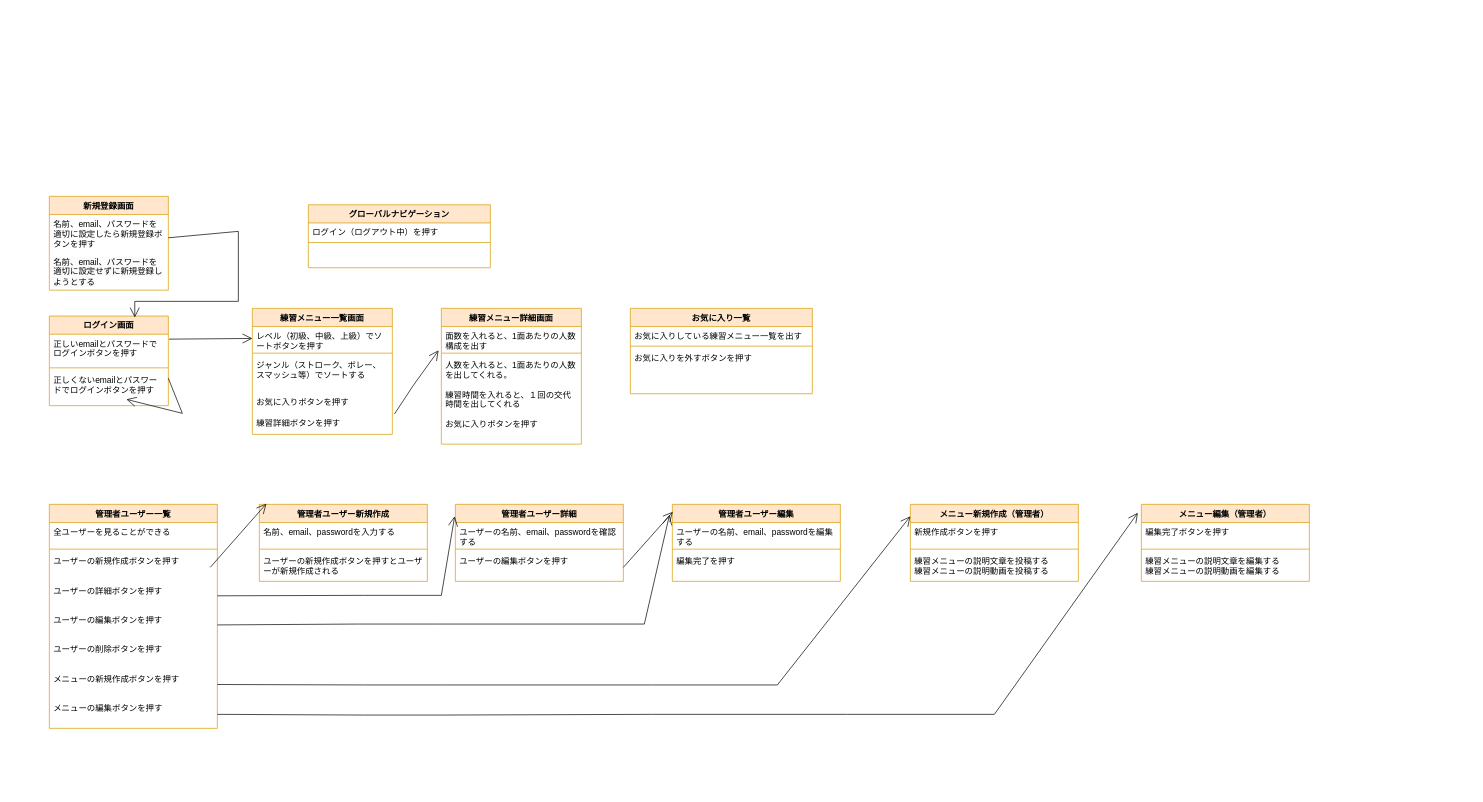
Earlier version of the draw.io diagram 画面遷移図.drawio (yu-tas/achieve). Source tidied: cells renumbered, new cells numbered last; positions are measured from the earlier drawing's top-left corner, leaving out a move shared by most shapes. Both pictures are drawn from the tidied source at 70%, with x=0, y=0 at pixel (49, 196).
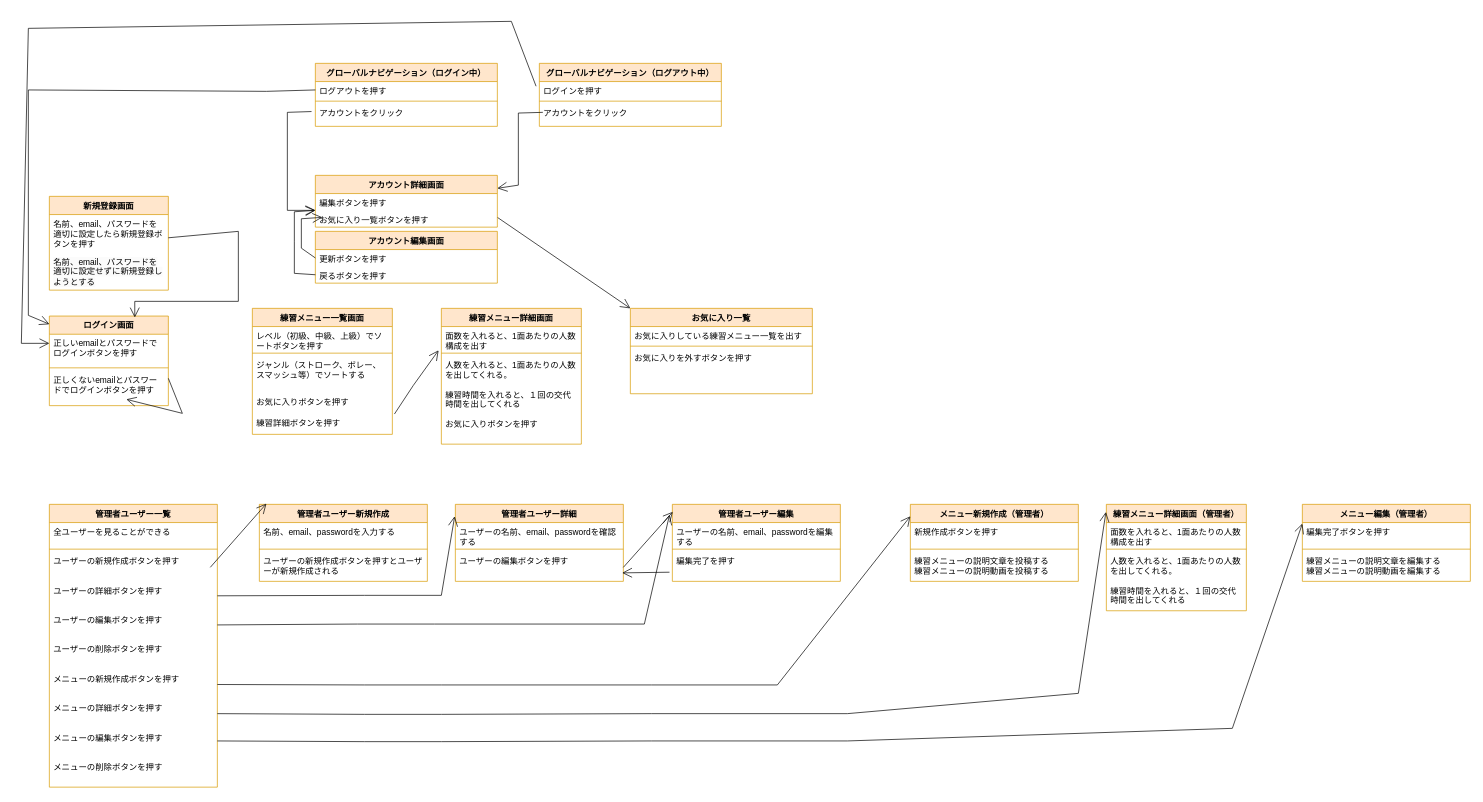
The same diagram, later.

Commit message:
画面遷移図.drawio を更新します

The change refers to these unchanged cells:
```xml
<mxCell id="2" style="group;" parent="1" vertex="1">
  <mxGeometry width="760" height="330" as="geometry" />
</mxCell>
<mxCell id="9" style="group;" parent="8" vertex="1">
  <mxGeometry y="120" width="554" height="160" as="geometry" />
</mxCell>
<mxCell id="11" value="レベル（初級、中級、上級）でソートボタンを押す" style="text;strokeColor=none;fillColor=none;align=left;verticalAlign=top;spacingLeft=4;spacingRight=4;overflow=hidden;points=[[0,0.5],[1,0.5]];portConstraint=eastwest;whiteSpace=wrap;html=1;" parent="10" vertex="1">
  <mxGeometry y="26" width="200" height="34" as="geometry" />
</mxCell>
<mxCell id="18" value="ログイン画面" style="swimlane;fontStyle=1;align=center;verticalAlign=top;horizontal=1;startSize=26;whiteSpace=wrap;html=1;fillColor=#ffe6cc;strokeColor=#d79b00;" parent="17" vertex="1">
  <mxGeometry y="11" width="170" height="128" as="geometry" />
</mxCell>
<mxCell id="19" value="正しいemailとパスワードでログインボタンを押す" style="text;strokeColor=none;fillColor=none;align=left;verticalAlign=top;spacingLeft=4;spacingRight=4;overflow=hidden;points=[[0,0.5],[1,0.5]];portConstraint=eastwest;whiteSpace=wrap;html=1;" parent="18" vertex="1">
  <mxGeometry y="26" width="170" height="44" as="geometry" />
</mxCell>
<mxCell id="59" value="ユーザーの編集ボタンを押す" style="text;strokeColor=none;fillColor=none;align=left;verticalAlign=top;spacingLeft=4;spacingRight=4;overflow=hidden;points=[[0,0.5],[1,0.5]];portConstraint=eastwest;whiteSpace=wrap;html=1;" parent="56" vertex="1">
  <mxGeometry y="68" width="240" height="42" as="geometry" />
</mxCell>
<mxCell id="60" value="お気に入り一覧" style="swimlane;fontStyle=1;align=center;verticalAlign=top;horizontal=1;startSize=26;whiteSpace=wrap;html=1;fillColor=#ffe6cc;strokeColor=#d79b00;" parent="1" vertex="1">
  <mxGeometry x="830" y="160" width="260" height="122" as="geometry" />
</mxCell>
<mxCell id="73" value="編集完了を押す" style="text;strokeColor=none;fillColor=none;align=left;verticalAlign=top;spacingLeft=4;spacingRight=4;overflow=hidden;points=[[0,0.5],[1,0.5]];portConstraint=eastwest;whiteSpace=wrap;html=1;" parent="70" vertex="1">
  <mxGeometry y="68" width="240" height="42" as="geometry" />
</mxCell>
```

What changed in the source:
```diff
@@
     <mxCell id="3" style="group;" parent="2" vertex="1">
-      <mxGeometry width="630" height="330" as="geometry" />
+      <mxGeometry width="640" height="330" as="geometry" />
     </mxCell>
     <mxCell id="4" style="group;" parent="3" vertex="1">
-      <mxGeometry width="630" height="330" as="geometry" />
+      <mxGeometry width="640" height="330" as="geometry" />
     </mxCell>
@@
     <mxCell id="8" style="group;" parent="4" vertex="1">
-      <mxGeometry y="50" width="554" height="280" as="geometry" />
+      <mxGeometry y="50" width="640" height="280" as="geometry" />
     </mxCell>
@@
-    <mxCell id="16" style="endArrow=open;endFill=1;endSize=12;html=1;rounded=0;exitX=1.006;exitY=0.159;exitDx=0;exitDy=0;exitPerimeter=0;entryX=0;entryY=0.5;entryDx=0;entryDy=0;" parent="9" edge="1" source="19" target="11">
-      <mxGeometry relative="1" as="geometry" />
-    </mxCell>
@@
+    <mxCell id="75" value="アカウント編集画面" style="swimlane;fontStyle=1;align=center;verticalAlign=top;horizontal=1;startSize=26;whiteSpace=wrap;html=1;fillColor=#ffe6cc;strokeColor=#d79b00;" parent="8" vertex="1">
+      <mxGeometry x="380" width="260" height="74" as="geometry" />
+    </mxCell>
+    <mxCell id="76" value="更新ボタンを押す" style="text;strokeColor=none;fillColor=none;align=left;verticalAlign=top;spacingLeft=4;spacingRight=4;overflow=hidden;points=[[0,0.5],[1,0.5]];portConstraint=eastwest;whiteSpace=wrap;html=1;" parent="75" vertex="1">
+      <mxGeometry y="26" width="260" height="24" as="geometry" />
+    </mxCell>
+    <mxCell id="77" value="戻るボタンを押す" style="text;strokeColor=none;fillColor=none;align=left;verticalAlign=top;spacingLeft=4;spacingRight=4;overflow=hidden;points=[[0,0.5],[1,0.5]];portConstraint=eastwest;whiteSpace=wrap;html=1;" parent="75" vertex="1">
+      <mxGeometry y="50" width="260" height="24" as="geometry" />
+    </mxCell>
+    <mxCell id="78" style="endArrow=open;endFill=1;endSize=12;html=1;rounded=0;entryX=1;entryY=0.5;entryDx=0;entryDy=0;exitX=0;exitY=0.5;exitDx=0;exitDy=0;" parent="8" edge="1" source="77">
+      <mxGeometry relative="1" as="geometry">
+        <mxPoint x="380" y="-30" as="targetPoint" />
+        <Array as="points">
+          <mxPoint x="350" y="60" />
+          <mxPoint x="350" y="14" />
+          <mxPoint x="350" y="-28" />
+        </Array>
+      </mxGeometry>
+    </mxCell>
@@
-    <mxCell id="24" value="グローバルナビゲーション" style="swimlane;fontStyle=1;align=center;verticalAlign=top;horizontal=1;startSize=26;whiteSpace=wrap;html=1;fillColor=#ffe6cc;strokeColor=#d79b00;" parent="4" vertex="1">
-      <mxGeometry x="370" y="12" width="260" height="90" as="geometry" />
-    </mxCell>
-    <mxCell id="25" value="ログイン（ログアウト中）を押す" style="text;strokeColor=none;fillColor=none;align=left;verticalAlign=top;spacingLeft=4;spacingRight=4;overflow=hidden;points=[[0,0.5],[1,0.5]];portConstraint=eastwest;whiteSpace=wrap;html=1;" parent="24" vertex="1">
-      <mxGeometry y="26" width="260" height="24" as="geometry" />
-    </mxCell>
-    <mxCell id="26" style="line;strokeWidth=1;fillColor=none;align=left;verticalAlign=middle;spacingTop=-1;spacingLeft=3;spacingRight=3;labelPosition=right;strokeColor=inherit;" parent="24" vertex="1">
-      <mxGeometry y="50" width="260" height="8" as="geometry" />
-    </mxCell>
-    <mxCell id="27" style="text;strokeColor=none;fillColor=none;align=left;verticalAlign=top;spacingLeft=4;spacingRight=4;overflow=hidden;points=[[0,0.5],[1,0.5]];portConstraint=eastwest;whiteSpace=wrap;html=1;" parent="24" vertex="1">
-      <mxGeometry y="58" width="260" height="32" as="geometry" />
-    </mxCell>
@@
+    <mxCell id="79" style="endArrow=open;endFill=1;endSize=12;html=1;rounded=0;entryX=0;entryY=0;entryDx=0;entryDy=0;" parent="2" edge="1" target="60">
+      <mxGeometry relative="1" as="geometry">
+        <mxPoint x="640" y="30" as="sourcePoint" />
+      </mxGeometry>
+    </mxCell>
     <mxCell id="35" value="管理者ユーザー一覧" style="swimlane;fontStyle=1;align=center;verticalAlign=top;horizontal=1;startSize=26;whiteSpace=wrap;html=1;fillColor=#ffe6cc;strokeColor=#d79b00;" parent="1" vertex="1">
-      <mxGeometry y="440" width="240" height="320" as="geometry" />
+      <mxGeometry y="440" width="240" height="404" as="geometry" />
     </mxCell>
@@
+    <mxCell id="80" value="メニューの詳細ボタンを押す" style="text;strokeColor=none;fillColor=none;align=left;verticalAlign=top;spacingLeft=4;spacingRight=4;overflow=hidden;whiteSpace=wrap;html=1;" parent="35" vertex="1">
+      <mxGeometry y="278" width="240" height="42" as="geometry" />
+    </mxCell>
     <mxCell id="43" value="メニューの編集ボタンを押す" style="text;strokeColor=none;fillColor=none;align=left;verticalAlign=top;spacingLeft=4;spacingRight=4;overflow=hidden;whiteSpace=wrap;html=1;" parent="35" vertex="1">
-      <mxGeometry y="278" width="240" height="42" as="geometry" />
+      <mxGeometry y="320" width="240" height="42" as="geometry" />
     </mxCell>
+    <mxCell id="81" value="メニューの削除ボタンを押す" style="text;strokeColor=none;fillColor=none;align=left;verticalAlign=top;spacingLeft=4;spacingRight=4;overflow=hidden;whiteSpace=wrap;html=1;" parent="35" vertex="1">
+      <mxGeometry y="362" width="240" height="42" as="geometry" />
+    </mxCell>
@@
     <mxCell id="48" value="メニュー編集（管理者）" style="swimlane;fontStyle=1;align=center;verticalAlign=top;horizontal=1;startSize=26;whiteSpace=wrap;html=1;fillColor=#ffe6cc;strokeColor=#d79b00;" parent="1" vertex="1">
-      <mxGeometry x="1560" y="440" width="240" height="110" as="geometry" />
+      <mxGeometry x="1790" y="440" width="240" height="110" as="geometry" />
     </mxCell>
@@
-    <mxCell id="68" style="endArrow=open;endFill=1;endSize=12;html=1;rounded=0;entryX=-0.021;entryY=0.109;entryDx=0;entryDy=0;entryPerimeter=0;" parent="1" edge="1" target="48">
+    <mxCell id="68" style="endArrow=open;endFill=1;endSize=12;html=1;rounded=0;entryX=0;entryY=0.25;entryDx=0;entryDy=0;" parent="1" edge="1" target="48">
       <mxGeometry relative="1" as="geometry">
-        <mxPoint x="240" y="740" as="sourcePoint" />
+        <mxPoint x="240" y="778" as="sourcePoint" />
         <Array as="points">
-          <mxPoint x="450" y="741" />
-          <mxPoint x="560" y="741" />
-          <mxPoint x="860" y="740" />
-          <mxPoint x="1140" y="740" />
-          <mxPoint x="1350" y="740" />
+          <mxPoint x="450" y="779" />
+          <mxPoint x="560" y="779" />
+          <mxPoint x="860" y="778" />
+          <mxPoint x="1140" y="778" />
+          <mxPoint x="1690" y="760" />
         </Array>
       </mxGeometry>
     </mxCell>
@@
+    <mxCell id="24" value="グローバルナビゲーション（ログイン中）" style="swimlane;fontStyle=1;align=center;verticalAlign=top;horizontal=1;startSize=26;whiteSpace=wrap;html=1;fillColor=#ffe6cc;strokeColor=#d79b00;" parent="1" vertex="1">
+      <mxGeometry x="380" y="-190" width="260" height="90" as="geometry" />
+    </mxCell>
+    <mxCell id="25" value="ログアウトを押す" style="text;strokeColor=none;fillColor=none;align=left;verticalAlign=top;spacingLeft=4;spacingRight=4;overflow=hidden;points=[[0,0.5],[1,0.5]];portConstraint=eastwest;whiteSpace=wrap;html=1;" parent="24" vertex="1">
+      <mxGeometry y="26" width="260" height="24" as="geometry" />
+    </mxCell>
+    <mxCell id="26" style="line;strokeWidth=1;fillColor=none;align=left;verticalAlign=middle;spacingTop=-1;spacingLeft=3;spacingRight=3;labelPosition=right;strokeColor=inherit;" parent="24" vertex="1">
+      <mxGeometry y="50" width="260" height="8" as="geometry" />
+    </mxCell>
+    <mxCell id="82" style="endArrow=open;endFill=1;endSize=12;html=1;rounded=0;exitX=-0.021;exitY=0.339;exitDx=0;exitDy=0;exitPerimeter=0;" parent="24" edge="1" source="27">
+      <mxGeometry relative="1" as="geometry">
+        <mxPoint y="210" as="targetPoint" />
+        <Array as="points">
+          <mxPoint x="-40" y="70" />
+          <mxPoint x="-40" y="210" />
+        </Array>
+      </mxGeometry>
+    </mxCell>
+    <mxCell id="27" value="アカウントをクリック" style="text;strokeColor=none;fillColor=none;align=left;verticalAlign=top;spacingLeft=4;spacingRight=4;overflow=hidden;points=[[0,0.5],[1,0.5]];portConstraint=eastwest;whiteSpace=wrap;html=1;" parent="24" vertex="1">
+      <mxGeometry y="58" width="260" height="32" as="geometry" />
+    </mxCell>
+    <mxCell id="83" value="グローバルナビゲーション（ログアウト中）" style="swimlane;fontStyle=1;align=center;verticalAlign=top;horizontal=1;startSize=26;whiteSpace=wrap;html=1;fillColor=#ffe6cc;strokeColor=#d79b00;" parent="1" vertex="1">
+      <mxGeometry x="700" y="-190" width="260" height="90" as="geometry" />
+    </mxCell>
+    <mxCell id="84" value="ログインを押す" style="text;strokeColor=none;fillColor=none;align=left;verticalAlign=top;spacingLeft=4;spacingRight=4;overflow=hidden;points=[[0,0.5],[1,0.5]];portConstraint=eastwest;whiteSpace=wrap;html=1;" parent="83" vertex="1">
+      <mxGeometry y="26" width="260" height="24" as="geometry" />
+    </mxCell>
+    <mxCell id="85" style="line;strokeWidth=1;fillColor=none;align=left;verticalAlign=middle;spacingTop=-1;spacingLeft=3;spacingRight=3;labelPosition=right;strokeColor=inherit;" parent="83" vertex="1">
+      <mxGeometry y="50" width="260" height="8" as="geometry" />
+    </mxCell>
+    <mxCell id="86" value="アカウントをクリック" style="text;strokeColor=none;fillColor=none;align=left;verticalAlign=top;spacingLeft=4;spacingRight=4;overflow=hidden;whiteSpace=wrap;html=1;" parent="83" vertex="1">
+      <mxGeometry y="58" width="260" height="32" as="geometry" />
+    </mxCell>
+    <mxCell id="87" style="endArrow=open;endFill=1;endSize=12;html=1;rounded=0;exitX=0;exitY=0.5;exitDx=0;exitDy=0;entryX=0.001;entryY=0.091;entryDx=0;entryDy=0;entryPerimeter=0;" parent="1" edge="1" source="25" target="18">
+      <mxGeometry relative="1" as="geometry">
+        <Array as="points">
+          <mxPoint x="310" y="-150" />
+          <mxPoint x="-30" y="-152" />
+          <mxPoint x="-30" y="170" />
+        </Array>
+      </mxGeometry>
+    </mxCell>
+    <mxCell id="88" value="アカウント詳細画面" style="swimlane;fontStyle=1;align=center;verticalAlign=top;horizontal=1;startSize=26;whiteSpace=wrap;html=1;fillColor=#ffe6cc;strokeColor=#d79b00;" parent="1" vertex="1">
+      <mxGeometry x="380" y="-30" width="260" height="74" as="geometry" />
+    </mxCell>
+    <mxCell id="89" value="編集ボタンを押す" style="text;strokeColor=none;fillColor=none;align=left;verticalAlign=top;spacingLeft=4;spacingRight=4;overflow=hidden;whiteSpace=wrap;html=1;" parent="88" vertex="1">
+      <mxGeometry y="26" width="260" height="24" as="geometry" />
+    </mxCell>
+    <mxCell id="90" value="お気に入り一覧ボタンを押す" style="text;strokeColor=none;fillColor=none;align=left;verticalAlign=top;spacingLeft=4;spacingRight=4;overflow=hidden;whiteSpace=wrap;html=1;" parent="88" vertex="1">
+      <mxGeometry y="50" width="260" height="24" as="geometry" />
+    </mxCell>
+    <mxCell id="91" style="endArrow=open;endFill=1;endSize=12;html=1;rounded=0;exitX=-0.021;exitY=0.339;exitDx=0;exitDy=0;exitPerimeter=0;entryX=1;entryY=0.25;entryDx=0;entryDy=0;" parent="1" edge="1" target="88">
+      <mxGeometry relative="1" as="geometry">
+        <mxPoint x="705" y="-120" as="sourcePoint" />
+        <Array as="points">
+          <mxPoint x="670" y="-119" />
+          <mxPoint x="670" y="-16" />
+        </Array>
+      </mxGeometry>
+    </mxCell>
+    <mxCell id="92" style="endArrow=open;endFill=1;endSize=12;html=1;rounded=0;exitX=-0.018;exitY=0.278;exitDx=0;exitDy=0;exitPerimeter=0;entryX=0;entryY=0.295;entryDx=0;entryDy=0;entryPerimeter=0;" parent="1" edge="1" source="84" target="19">
+      <mxGeometry relative="1" as="geometry">
+        <Array as="points">
+          <mxPoint x="660" y="-250" />
+          <mxPoint x="-30" y="-240" />
+          <mxPoint x="-40" y="210" />
+        </Array>
+      </mxGeometry>
+    </mxCell>
+    <mxCell id="93" style="endArrow=open;endFill=1;endSize=12;html=1;rounded=0;entryX=1;entryY=0.5;entryDx=0;entryDy=0;exitX=0;exitY=0.5;exitDx=0;exitDy=0;" parent="1" edge="1" source="76">
+      <mxGeometry relative="1" as="geometry">
+        <mxPoint x="390" y="30" as="targetPoint" />
+        <Array as="points">
+          <mxPoint x="360" y="74" />
+          <mxPoint x="360" y="32" />
+        </Array>
+      </mxGeometry>
+    </mxCell>
+    <mxCell id="94" style="endArrow=open;endFill=1;endSize=12;html=1;rounded=0;exitX=-0.017;exitY=0.689;exitDx=0;exitDy=0;exitPerimeter=0;entryX=0.993;entryY=0.712;entryDx=0;entryDy=0;entryPerimeter=0;" parent="1" edge="1" source="73" target="59">
+      <mxGeometry relative="1" as="geometry" />
+    </mxCell>
+    <mxCell id="95" value="練習メニュー詳細画面（管理者）" style="swimlane;fontStyle=1;align=center;verticalAlign=top;horizontal=1;startSize=26;whiteSpace=wrap;html=1;fillColor=#ffe6cc;strokeColor=#d79b00;" parent="1" vertex="1">
+      <mxGeometry x="1510" y="440" width="200" height="152" as="geometry" />
+    </mxCell>
+    <mxCell id="96" value="面数を入れると、1面あたりの人数構成を出す" style="text;strokeColor=none;fillColor=none;align=left;verticalAlign=top;spacingLeft=4;spacingRight=4;overflow=hidden;whiteSpace=wrap;html=1;" parent="95" vertex="1">
+      <mxGeometry y="26" width="200" height="34" as="geometry" />
+    </mxCell>
+    <mxCell id="97" style="line;strokeWidth=1;fillColor=none;align=left;verticalAlign=middle;spacingTop=-1;spacingLeft=3;spacingRight=3;labelPosition=right;strokeColor=inherit;" parent="95" vertex="1">
+      <mxGeometry y="60" width="200" height="8" as="geometry" />
+    </mxCell>
+    <mxCell id="98" value="人数を入れると、1面あたりの人数を出してくれる。" style="text;strokeColor=none;fillColor=none;align=left;verticalAlign=top;spacingLeft=4;spacingRight=4;overflow=hidden;whiteSpace=wrap;html=1;perimeterSpacing=1;" parent="95" vertex="1">
+      <mxGeometry y="68" width="200" height="42" as="geometry" />
+    </mxCell>
+    <mxCell id="99" value="練習時間を入れると、１回の交代時間を出してくれる" style="text;strokeColor=none;fillColor=none;align=left;verticalAlign=top;spacingLeft=4;spacingRight=4;overflow=hidden;whiteSpace=wrap;html=1;" parent="95" vertex="1">
+      <mxGeometry y="110" width="200" height="42" as="geometry" />
+    </mxCell>
+    <mxCell id="100" style="endArrow=open;endFill=1;endSize=12;html=1;rounded=0;entryX=-0.003;entryY=0.072;entryDx=0;entryDy=0;entryPerimeter=0;" parent="1" edge="1" target="95">
+      <mxGeometry relative="1" as="geometry">
+        <mxPoint x="240" y="739" as="sourcePoint" />
+        <Array as="points">
+          <mxPoint x="450" y="740" />
+          <mxPoint x="560" y="740" />
+          <mxPoint x="860" y="739" />
+          <mxPoint x="1140" y="739" />
+          <mxPoint x="1470" y="710" />
+        </Array>
+      </mxGeometry>
+    </mxCell>
```
